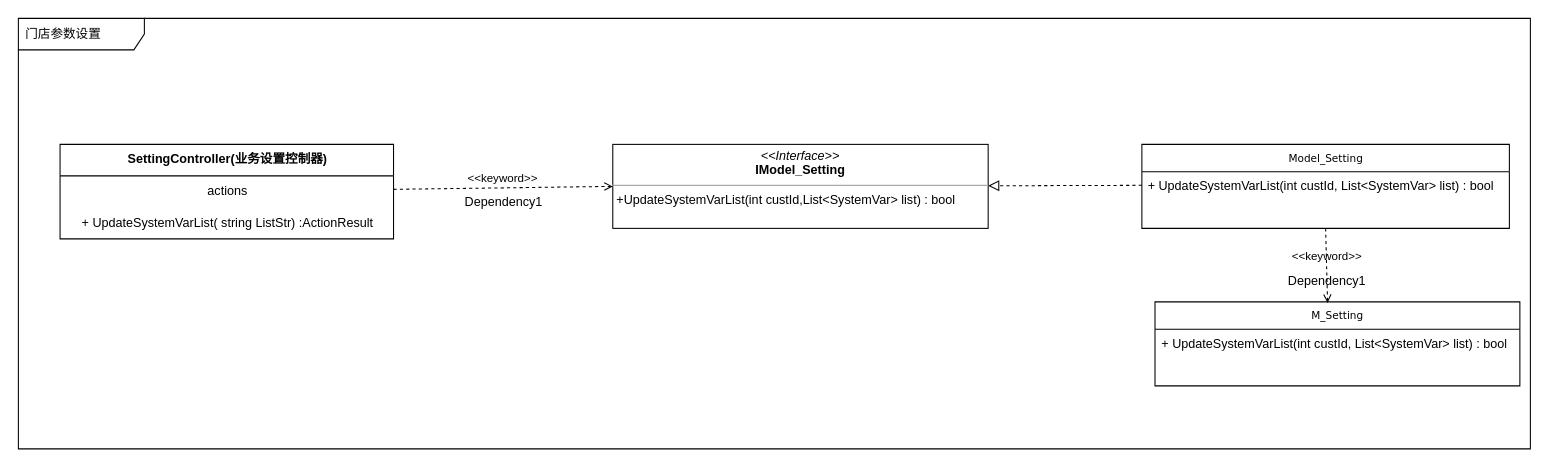
Earlier version of the draw.io diagram Kemai/后台门店参数设置类图.drawio (noobwu/diagrams). Source tidied: cells renumbered, new cells numbered last; positions are measured from the earlier drawing's top-left corner, leaving out a move shared by most shapes. Both pictures are drawn from the tidied source at 105%, with x=0, y=0 at pixel (18, 18).
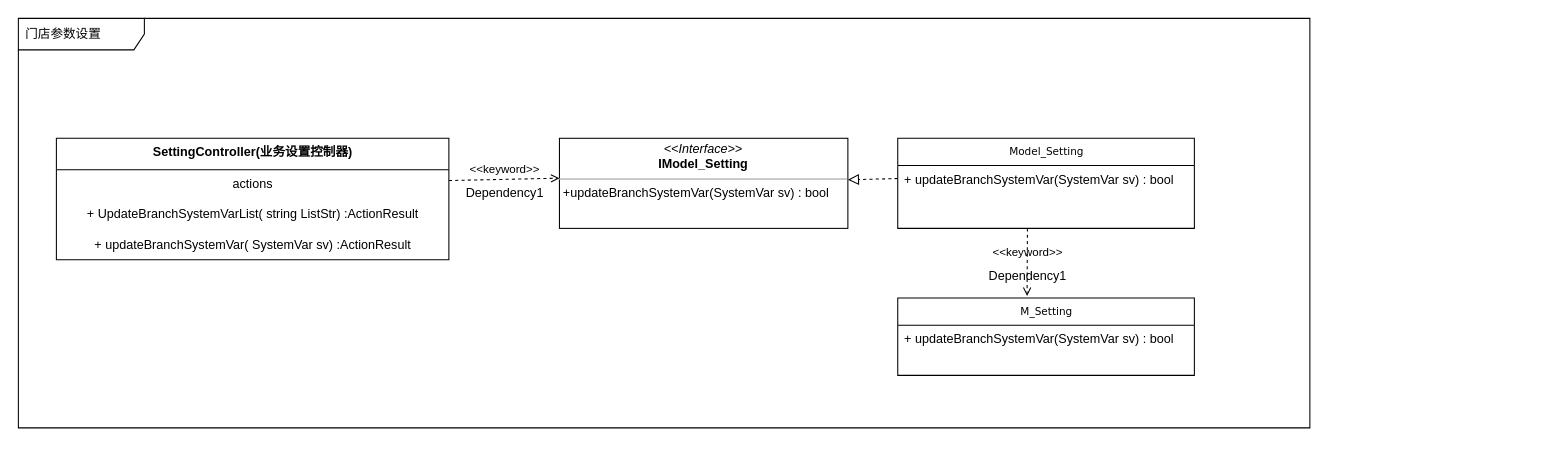
After the change.

Commit message (it also covers changes not shown here):
Update 后台门店参数设置类图.drawio

What changed in the source:
```diff
@@
 <mxGraphModel>
   <root>
     <mxCell id="0" />
     <mxCell id="1" parent="0" />
     <mxCell id="2" style="group;" parent="1" vertex="1">
-      <mxGeometry width="1450" height="410" as="geometry" />
+      <mxGeometry width="1320" height="390" as="geometry" />
     </mxCell>
     <mxCell id="3" value="门店参数设置" style="shape=umlFrame;whiteSpace=wrap;html=1;width=120;height=30;boundedLbl=1;verticalAlign=middle;align=left;spacingLeft=5;" parent="2" vertex="1">
-      <mxGeometry width="1440" height="410" as="geometry" />
+      <mxGeometry width="1230" height="390" as="geometry" />
     </mxCell>
     <mxCell id="4" value="SettingController(业务设置控制器)" style="swimlane;fontStyle=1;align=center;verticalAlign=top;horizontal=1;startSize=30;html=1;fillColor=default;" parent="2" vertex="1">
-      <mxGeometry x="39.7" y="120" width="317.6" height="90" as="geometry" />
+      <mxGeometry x="36.2" y="114.2" width="373.8" height="115.6" as="geometry" />
     </mxCell>
     <mxCell id="5" value="actions" style="html=1;strokeColor=none;fillColor=none;align=center;verticalAlign=middle;spacingLeft=4;spacingRight=4;points=[[0,0.5],[1,0.5]];" parent="4" vertex="1">
-      <mxGeometry y="30" width="317.6" height="30" as="geometry" />
+      <mxGeometry y="30" width="373.8" height="28.5" as="geometry" />
     </mxCell>
-    <mxCell id="6" value="+ UpdateSystemVarList(&amp;nbsp;string ListStr) :ActionResult" style="html=1;strokeColor=none;fillColor=none;align=center;verticalAlign=middle;spacingLeft=4;spacingRight=4;" parent="4" vertex="1">
-      <mxGeometry y="60" width="317.6" height="30" as="geometry" />
+    <mxCell id="6" value="+ UpdateBranchSystemVarList(&amp;nbsp;string ListStr) :ActionResult" style="html=1;strokeColor=none;fillColor=none;align=center;verticalAlign=middle;spacingLeft=4;spacingRight=4;" parent="4" vertex="1">
+      <mxGeometry y="58.5" width="373.8" height="28.5" as="geometry" />
     </mxCell>
+    <mxCell id="17" value="+ updateBranchSystemVar( SystemVar sv) :ActionResult" style="html=1;strokeColor=none;fillColor=none;align=center;verticalAlign=middle;spacingLeft=4;spacingRight=4;" parent="4" vertex="1">
+      <mxGeometry y="87.1" width="373.8" height="28.5" as="geometry" />
+    </mxCell>
-    <mxCell id="7" value="&lt;p style=&quot;margin: 0px ; margin-top: 4px ; text-align: center&quot;&gt;&lt;i&gt;&amp;lt;&amp;lt;Interface&amp;gt;&amp;gt;&lt;/i&gt;&lt;br&gt;&lt;b&gt;IModel_Setting&lt;/b&gt;&lt;/p&gt;&lt;hr size=&quot;1&quot;&gt;&lt;p style=&quot;margin: 0px ; margin-left: 4px&quot;&gt;+UpdateSystemVarList(int custId,List&amp;lt;SystemVar&amp;gt; list) :&amp;nbsp;bool&lt;br&gt;&lt;br&gt;&lt;/p&gt;" style="verticalAlign=top;align=left;overflow=fill;fontSize=12;fontFamily=Helvetica;html=1;rounded=0;shadow=0;comic=0;labelBackgroundColor=none;strokeWidth=1;" parent="2" vertex="1">
-      <mxGeometry x="566.1" y="120" width="357.5" height="80" as="geometry" />
+    <mxCell id="7" value="&lt;p style=&quot;margin: 0px ; margin-top: 4px ; text-align: center&quot;&gt;&lt;i&gt;&amp;lt;&amp;lt;Interface&amp;gt;&amp;gt;&lt;/i&gt;&lt;br&gt;&lt;b&gt;IModel_Setting&lt;/b&gt;&lt;/p&gt;&lt;hr size=&quot;1&quot;&gt;&lt;p style=&quot;margin: 0px ; margin-left: 4px&quot;&gt;+updateBranchSystemVar(SystemVar sv) :&amp;nbsp;bool&lt;br&gt;&lt;br&gt;&lt;/p&gt;" style="verticalAlign=top;align=left;overflow=fill;fontSize=12;fontFamily=Helvetica;html=1;rounded=0;shadow=0;comic=0;labelBackgroundColor=none;strokeWidth=1;" parent="2" vertex="1">
+      <mxGeometry x="515.3" y="114.2" width="274.7" height="85.8" as="geometry" />
     </mxCell>
     <mxCell id="8" value="Model_Setting" style="swimlane;html=1;fontStyle=0;horizontal=1;startSize=26;fillColor=none;swimlaneFillColor=#ffffff;rounded=0;shadow=0;comic=0;labelBackgroundColor=none;strokeWidth=1;fontFamily=Verdana;fontSize=10;align=center;" parent="2" vertex="1">
-      <mxGeometry x="1070" y="120" width="350" height="80" as="geometry" />
+      <mxGeometry x="837.5" y="114.2" width="282.5" height="85.8" as="geometry" />
     </mxCell>
-    <mxCell id="9" value="+&amp;nbsp;UpdateSystemVarList(int custId, List&amp;lt;SystemVar&amp;gt; list) : bool" style="text;html=1;strokeColor=none;fillColor=none;align=left;verticalAlign=top;spacingLeft=4;spacingRight=4;whiteSpace=wrap;overflow=hidden;points=[[0,0.5],[1,0.5]];portConstraint=eastwest;" parent="8" vertex="1">
-      <mxGeometry y="26" width="350" height="26" as="geometry" />
+    <mxCell id="9" value="+&amp;nbsp;updateBranchSystemVar(SystemVar sv) : bool" style="text;html=1;strokeColor=none;fillColor=none;align=left;verticalAlign=top;spacingLeft=4;spacingRight=4;whiteSpace=wrap;overflow=hidden;points=[[0,0.5],[1,0.5]];portConstraint=eastwest;" parent="8" vertex="1">
+      <mxGeometry y="26" width="282.5" height="24.7" as="geometry" />
     </mxCell>
     <mxCell id="10" value="&amp;lt;&amp;lt;keyword&amp;gt;&amp;gt;" style="endArrow=open;html=1;rounded=0;align=center;verticalAlign=bottom;dashed=1;endFill=0;labelBackgroundColor=none;" parent="2" edge="1" source="5">
       <mxGeometry relative="1" as="geometry">
-        <mxPoint x="566.1" y="160" as="targetPoint" />
+        <mxPoint x="515.3" y="152.2" as="targetPoint" />
       </mxGeometry>
     </mxCell>
     <mxCell id="11" value="Dependency1" style="html=1;align=center;verticalAlign=top;labelBackgroundColor=none;fillColor=default;" parent="10" vertex="1">
       <mxGeometry relative="1" as="geometry" />
     </mxCell>
     <mxCell id="12" style="endArrow=block;startArrow=none;endFill=0;startFill=0;endSize=8;html=1;verticalAlign=bottom;dashed=1;labelBackgroundColor=none;rounded=0;exitX=0;exitY=0.5;exitDx=0;exitDy=0;" parent="2" edge="1" source="9" target="7">
       <mxGeometry relative="1" as="geometry" />
     </mxCell>
     <mxCell id="13" value="M_Setting" style="swimlane;html=1;fontStyle=0;horizontal=1;startSize=26;fillColor=none;swimlaneFillColor=#ffffff;rounded=0;shadow=0;comic=0;labelBackgroundColor=none;strokeWidth=1;fontFamily=Verdana;fontSize=10;align=center;" parent="2" vertex="1">
-      <mxGeometry x="1082.5" y="270" width="347.5" height="80" as="geometry" />
+      <mxGeometry x="837.5" y="266.3" width="282.5" height="73.7" as="geometry" />
     </mxCell>
-    <mxCell id="14" value="+&amp;nbsp;UpdateSystemVarList(int custId, List&amp;lt;SystemVar&amp;gt; list) : bool" style="text;html=1;strokeColor=none;fillColor=none;align=left;verticalAlign=top;spacingLeft=4;spacingRight=4;whiteSpace=wrap;overflow=hidden;" parent="13" vertex="1">
-      <mxGeometry y="26" width="347.5" height="26" as="geometry" />
+    <mxCell id="14" value="+&amp;nbsp;updateBranchSystemVar(SystemVar sv) : bool" style="text;html=1;strokeColor=none;fillColor=none;align=left;verticalAlign=top;spacingLeft=4;spacingRight=4;whiteSpace=wrap;overflow=hidden;" parent="13" vertex="1">
+      <mxGeometry y="26" width="282.5" height="24.7" as="geometry" />
     </mxCell>
-    <mxCell id="15" value="&amp;lt;&amp;lt;keyword&amp;gt;&amp;gt;" style="endArrow=open;html=1;rounded=0;align=center;verticalAlign=bottom;dashed=1;endFill=0;labelBackgroundColor=none;entryX=0.473;entryY=0.013;entryDx=0;entryDy=0;entryPerimeter=0;" parent="2" edge="1" target="13">
+    <mxCell id="15" value="&amp;lt;&amp;lt;keyword&amp;gt;&amp;gt;" style="endArrow=open;html=1;rounded=0;align=center;verticalAlign=bottom;dashed=1;endFill=0;labelBackgroundColor=none;entryX=0.436;entryY=-0.025;entryDx=0;entryDy=0;entryPerimeter=0;" parent="2" edge="1" target="13">
       <mxGeometry relative="1" as="geometry">
-        <mxPoint x="1245" y="200" as="sourcePoint" />
+        <mxPoint x="961" y="200" as="sourcePoint" />
       </mxGeometry>
     </mxCell>
     <mxCell id="16" value="Dependency1" style="html=1;align=center;verticalAlign=top;labelBackgroundColor=none;fillColor=default;" parent="15" vertex="1">
       <mxGeometry relative="1" as="geometry" />
     </mxCell>
   </root>
 </mxGraphModel>
```
